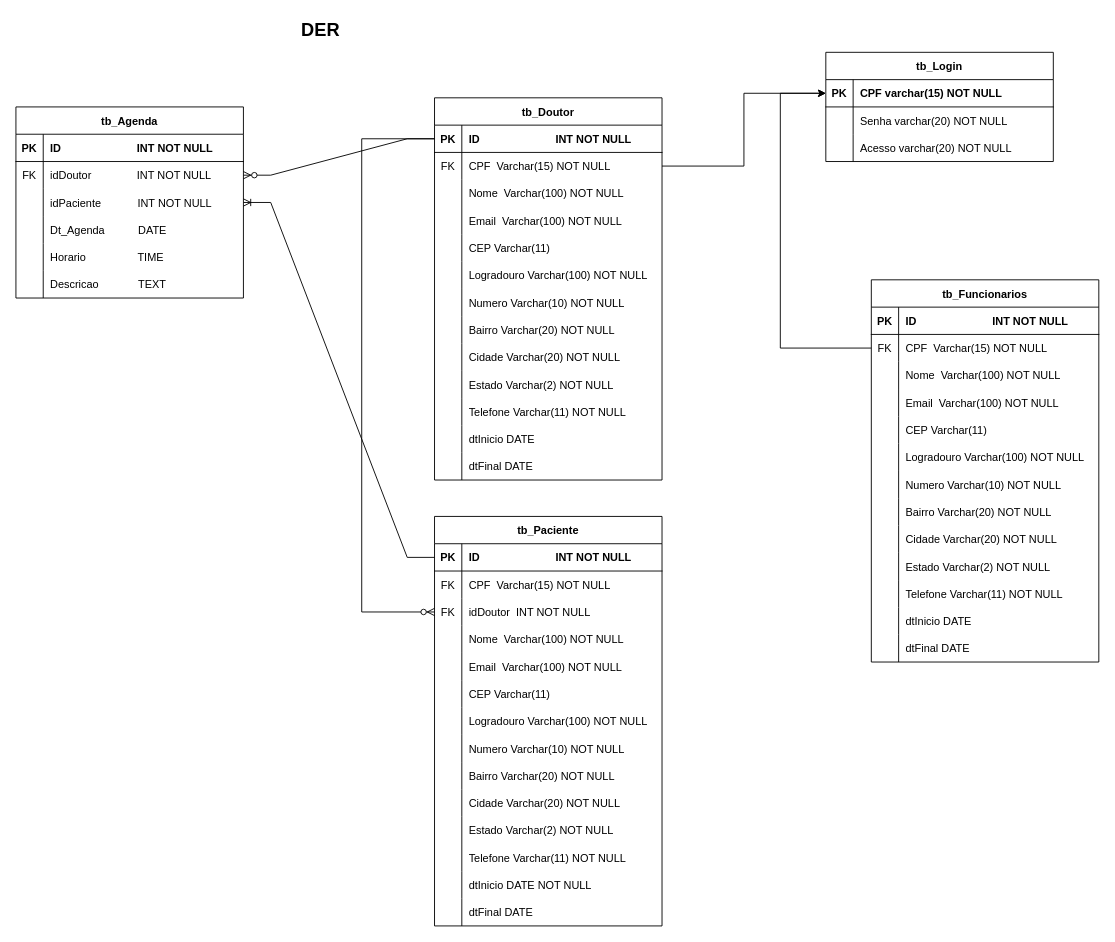
Before: DER.drawio in Tavares264/Project_PccFit, a draw.io diagram. Source tidied: cells renumbered, new cells numbered last; positions are measured from the earlier drawing's top-left corner, leaving out a move shared by most shapes. Both pictures are drawn from the tidied source at 91%, with x=0, y=0 at pixel (15, 15).
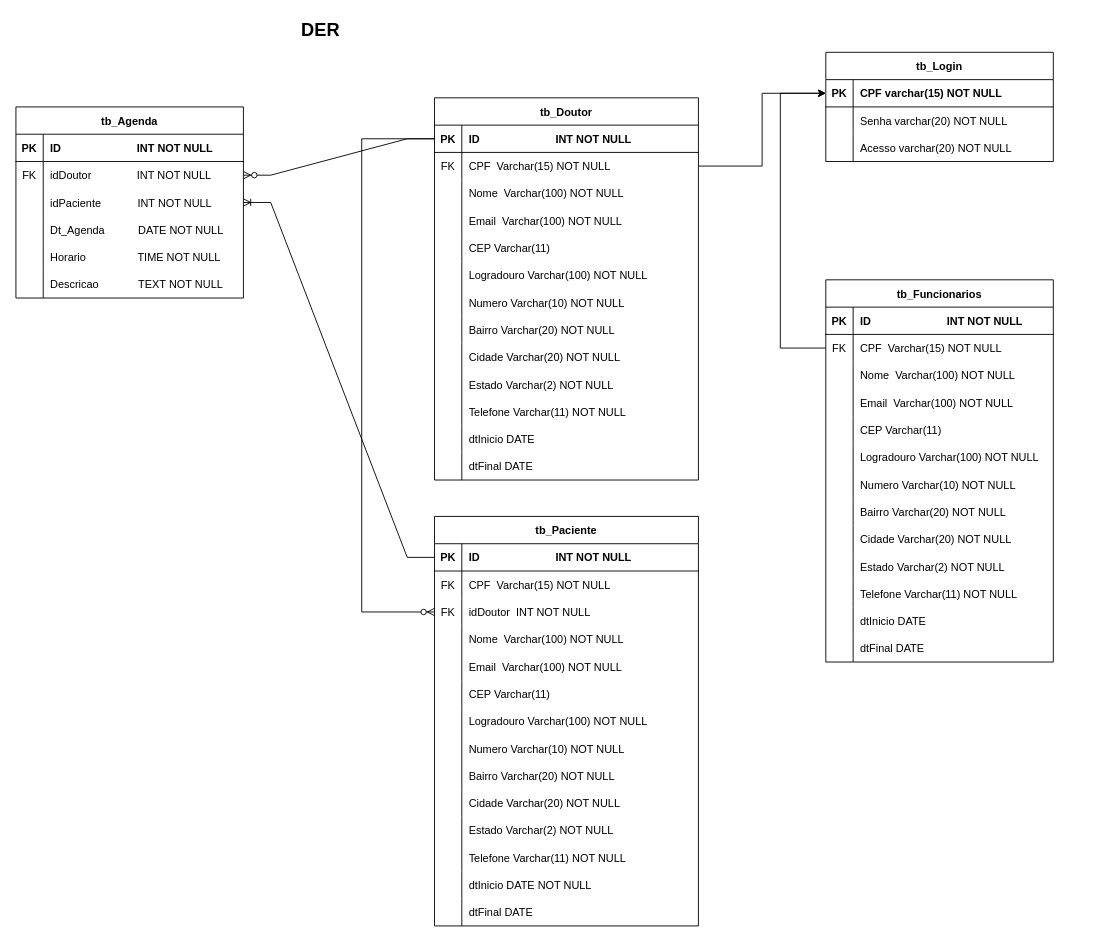
Above is the later version.

Unchanged cells that the change refers to:
```xml
<mxCell id="66" style="shape=partialRectangle;fillColor=none;top=0;left=0;right=0;bottom=0;" parent="56" vertex="1">
  <mxGeometry y="120" width="250" height="30" as="geometry" />
</mxCell>
<mxCell id="69" style="shape=partialRectangle;fillColor=none;top=0;left=0;right=0;bottom=0;" parent="56" vertex="1">
  <mxGeometry y="150" width="250" height="30" as="geometry" />
</mxCell>
<mxCell id="72" style="shape=partialRectangle;fillColor=none;top=0;left=0;right=0;bottom=0;" parent="56" vertex="1">
  <mxGeometry y="180" width="250" height="30" as="geometry" />
</mxCell>
```

The edit, as a diff of the source:
```diff
@@
     <mxCell id="12" value="tb_Doutor" style="shape=table;startSize=30;childLayout=tableLayout;rowLines=0;fontStyle=1;align=center;" parent="1" vertex="1">
-      <mxGeometry x="460" y="90" width="250" height="420" as="geometry" />
+      <mxGeometry x="460" y="90" width="290" height="420" as="geometry" />
     </mxCell>
     <mxCell id="13" style="shape=partialRectangle;fillColor=none;points=[[0,0.5],[1,0.5]];portConstraint=eastwest;top=0;left=0;right=0;bottom=1;" parent="12" vertex="1">
-      <mxGeometry y="30" width="250" height="30" as="geometry" />
+      <mxGeometry y="30" width="290" height="30" as="geometry" />
     </mxCell>
@@
     <mxCell id="15" value="ID                         INT NOT NULL" style="shape=partialRectangle;overflow=hidden;fillColor=none;top=0;left=0;bottom=0;right=0;align=left;spacingLeft=6;fontStyle=1;" parent="13" vertex="1">
-      <mxGeometry x="30" width="220" height="30" as="geometry" />
+      <mxGeometry x="30" width="260" height="30" as="geometry" />
     </mxCell>
     <mxCell id="16" style="shape=partialRectangle;fillColor=none;points=[[0,0.5],[1,0.5]];portConstraint=eastwest;top=0;left=0;right=0;bottom=0;" parent="12" vertex="1">
-      <mxGeometry y="60" width="250" height="30" as="geometry" />
+      <mxGeometry y="60" width="290" height="30" as="geometry" />
     </mxCell>
@@
     <mxCell id="18" value="CPF  Varchar(15) NOT NULL" style="shape=partialRectangle;overflow=hidden;fillColor=none;top=0;left=0;bottom=0;right=0;align=left;spacingLeft=6;" parent="16" vertex="1">
-      <mxGeometry x="30" width="220" height="30" as="geometry" />
+      <mxGeometry x="30" width="260" height="30" as="geometry" />
     </mxCell>
     <mxCell id="19" style="shape=partialRectangle;fillColor=none;top=0;left=0;right=0;bottom=0;" parent="12" vertex="1">
-      <mxGeometry y="90" width="250" height="30" as="geometry" />
+      <mxGeometry y="90" width="290" height="30" as="geometry" />
     </mxCell>
@@
     <mxCell id="21" value="Nome  Varchar(100) NOT NULL" style="shape=partialRectangle;overflow=hidden;fillColor=none;top=0;left=0;bottom=0;right=0;align=left;spacingLeft=6;" parent="19" vertex="1">
-      <mxGeometry x="30" width="220" height="30" as="geometry" />
+      <mxGeometry x="30" width="260" height="30" as="geometry" />
     </mxCell>
     <mxCell id="22" style="shape=partialRectangle;fillColor=none;top=0;left=0;right=0;bottom=0;" parent="12" vertex="1">
-      <mxGeometry y="120" width="250" height="30" as="geometry" />
+      <mxGeometry y="120" width="290" height="30" as="geometry" />
     </mxCell>
@@
     <mxCell id="24" value="Email  Varchar(100) NOT NULL" style="shape=partialRectangle;overflow=hidden;fillColor=none;top=0;left=0;bottom=0;right=0;align=left;spacingLeft=6;" parent="22" vertex="1">
-      <mxGeometry x="30" width="220" height="30" as="geometry" />
+      <mxGeometry x="30" width="260" height="30" as="geometry" />
     </mxCell>
     <mxCell id="25" style="shape=partialRectangle;fillColor=none;top=0;left=0;right=0;bottom=0;" parent="12" vertex="1">
-      <mxGeometry y="150" width="250" height="30" as="geometry" />
+      <mxGeometry y="150" width="290" height="30" as="geometry" />
     </mxCell>
@@
     <mxCell id="27" value="CEP Varchar(11)" style="shape=partialRectangle;overflow=hidden;fillColor=none;top=0;left=0;bottom=0;right=0;align=left;spacingLeft=6;" parent="25" vertex="1">
-      <mxGeometry x="30" width="220" height="30" as="geometry" />
+      <mxGeometry x="30" width="260" height="30" as="geometry" />
     </mxCell>
     <mxCell id="28" style="shape=partialRectangle;fillColor=none;top=0;left=0;right=0;bottom=0;" parent="12" vertex="1">
-      <mxGeometry y="180" width="250" height="30" as="geometry" />
+      <mxGeometry y="180" width="290" height="30" as="geometry" />
     </mxCell>
@@
     <mxCell id="30" value="Logradouro Varchar(100) NOT NULL" style="shape=partialRectangle;overflow=hidden;fillColor=none;top=0;left=0;bottom=0;right=0;align=left;spacingLeft=6;" parent="28" vertex="1">
-      <mxGeometry x="30" width="220" height="30" as="geometry" />
+      <mxGeometry x="30" width="260" height="30" as="geometry" />
     </mxCell>
     <mxCell id="31" style="shape=partialRectangle;fillColor=none;top=0;left=0;right=0;bottom=0;" parent="12" vertex="1">
-      <mxGeometry y="210" width="250" height="30" as="geometry" />
+      <mxGeometry y="210" width="290" height="30" as="geometry" />
     </mxCell>
@@
     <mxCell id="33" value="Numero Varchar(10) NOT NULL" style="shape=partialRectangle;overflow=hidden;fillColor=none;top=0;left=0;bottom=0;right=0;align=left;spacingLeft=6;" parent="31" vertex="1">
-      <mxGeometry x="30" width="220" height="30" as="geometry" />
+      <mxGeometry x="30" width="260" height="30" as="geometry" />
     </mxCell>
     <mxCell id="34" style="shape=partialRectangle;fillColor=none;top=0;left=0;right=0;bottom=0;" parent="12" vertex="1">
-      <mxGeometry y="240" width="250" height="30" as="geometry" />
+      <mxGeometry y="240" width="290" height="30" as="geometry" />
     </mxCell>
@@
     <mxCell id="36" value="Bairro Varchar(20) NOT NULL" style="shape=partialRectangle;overflow=hidden;fillColor=none;top=0;left=0;bottom=0;right=0;align=left;spacingLeft=6;" parent="34" vertex="1">
-      <mxGeometry x="30" width="220" height="30" as="geometry" />
+      <mxGeometry x="30" width="260" height="30" as="geometry" />
     </mxCell>
     <mxCell id="37" style="shape=partialRectangle;fillColor=none;top=0;left=0;right=0;bottom=0;" parent="12" vertex="1">
-      <mxGeometry y="270" width="250" height="30" as="geometry" />
+      <mxGeometry y="270" width="290" height="30" as="geometry" />
     </mxCell>
@@
     <mxCell id="39" value="Cidade Varchar(20) NOT NULL" style="shape=partialRectangle;overflow=hidden;fillColor=none;top=0;left=0;bottom=0;right=0;align=left;spacingLeft=6;" parent="37" vertex="1">
-      <mxGeometry x="30" width="220" height="30" as="geometry" />
+      <mxGeometry x="30" width="260" height="30" as="geometry" />
     </mxCell>
     <mxCell id="40" style="shape=partialRectangle;fillColor=none;top=0;left=0;right=0;bottom=0;" parent="12" vertex="1">
-      <mxGeometry y="300" width="250" height="30" as="geometry" />
+      <mxGeometry y="300" width="290" height="30" as="geometry" />
     </mxCell>
@@
     <mxCell id="42" value="Estado Varchar(2) NOT NULL" style="shape=partialRectangle;overflow=hidden;fillColor=none;top=0;left=0;bottom=0;right=0;align=left;spacingLeft=6;" parent="40" vertex="1">
-      <mxGeometry x="30" width="220" height="30" as="geometry" />
+      <mxGeometry x="30" width="260" height="30" as="geometry" />
     </mxCell>
     <mxCell id="43" style="shape=partialRectangle;fillColor=none;top=0;left=0;right=0;bottom=0;" parent="12" vertex="1">
-      <mxGeometry y="330" width="250" height="30" as="geometry" />
+      <mxGeometry y="330" width="290" height="30" as="geometry" />
     </mxCell>
@@
     <mxCell id="45" value="Telefone Varchar(11) NOT NULL" style="shape=partialRectangle;overflow=hidden;fillColor=none;top=0;left=0;bottom=0;right=0;align=left;spacingLeft=6;" parent="43" vertex="1">
-      <mxGeometry x="30" width="220" height="30" as="geometry" />
+      <mxGeometry x="30" width="260" height="30" as="geometry" />
     </mxCell>
     <mxCell id="46" style="shape=partialRectangle;fillColor=none;top=0;left=0;right=0;bottom=0;" parent="12" vertex="1">
-      <mxGeometry y="360" width="250" height="30" as="geometry" />
+      <mxGeometry y="360" width="290" height="30" as="geometry" />
     </mxCell>
@@
     <mxCell id="48" value="dtInicio DATE" style="shape=partialRectangle;overflow=hidden;fillColor=none;top=0;left=0;bottom=0;right=0;align=left;spacingLeft=6;" parent="46" vertex="1">
-      <mxGeometry x="30" width="220" height="30" as="geometry" />
+      <mxGeometry x="30" width="260" height="30" as="geometry" />
     </mxCell>
     <mxCell id="49" style="shape=partialRectangle;fillColor=none;top=0;left=0;right=0;bottom=0;" parent="12" vertex="1">
-      <mxGeometry y="390" width="250" height="30" as="geometry" />
+      <mxGeometry y="390" width="290" height="30" as="geometry" />
     </mxCell>
@@
     <mxCell id="51" value="dtFinal DATE" style="shape=partialRectangle;overflow=hidden;fillColor=none;top=0;left=0;bottom=0;right=0;align=left;spacingLeft=6;" parent="49" vertex="1">
-      <mxGeometry x="30" width="220" height="30" as="geometry" />
+      <mxGeometry x="30" width="260" height="30" as="geometry" />
     </mxCell>
@@
-    <mxCell id="68" value="Dt_Agenda           DATE" style="shape=partialRectangle;overflow=hidden;fillColor=none;top=0;left=0;bottom=0;right=0;align=left;spacingLeft=6;" parent="66" vertex="1">
+    <mxCell id="68" value="Dt_Agenda           DATE NOT NULL" style="shape=partialRectangle;overflow=hidden;fillColor=none;top=0;left=0;bottom=0;right=0;align=left;spacingLeft=6;" parent="66" vertex="1">
       <mxGeometry x="30" width="220" height="30" as="geometry" />
     </mxCell>
@@
-    <mxCell id="71" value="Horario                 TIME" style="shape=partialRectangle;overflow=hidden;fillColor=none;top=0;left=0;bottom=0;right=0;align=left;spacingLeft=6;" parent="69" vertex="1">
+    <mxCell id="71" value="Horario                 TIME NOT NULL" style="shape=partialRectangle;overflow=hidden;fillColor=none;top=0;left=0;bottom=0;right=0;align=left;spacingLeft=6;" parent="69" vertex="1">
       <mxGeometry x="30" width="220" height="30" as="geometry" />
     </mxCell>
@@
-    <mxCell id="74" value="Descricao             TEXT" style="shape=partialRectangle;overflow=hidden;fillColor=none;top=0;left=0;bottom=0;right=0;align=left;spacingLeft=6;" parent="72" vertex="1">
+    <mxCell id="74" value="Descricao             TEXT NOT NULL" style="shape=partialRectangle;overflow=hidden;fillColor=none;top=0;left=0;bottom=0;right=0;align=left;spacingLeft=6;" parent="72" vertex="1">
       <mxGeometry x="30" width="220" height="30" as="geometry" />
     </mxCell>
@@
     <mxCell id="77" value="tb_Funcionarios" style="shape=table;startSize=30;childLayout=tableLayout;rowLines=0;fontStyle=1;align=center;" parent="1" vertex="1">
-      <mxGeometry x="940" y="290" width="250" height="420" as="geometry" />
+      <mxGeometry x="890" y="290" width="250" height="420" as="geometry" />
     </mxCell>
@@
     <mxCell id="117" value="tb_Paciente" style="shape=table;startSize=30;childLayout=tableLayout;rowLines=0;fontStyle=1;align=center;" parent="1" vertex="1">
-      <mxGeometry x="460" y="550" width="250" height="450" as="geometry" />
+      <mxGeometry x="460" y="550" width="290" height="450" as="geometry" />
     </mxCell>
     <mxCell id="118" style="shape=partialRectangle;fillColor=none;points=[[0,0.5],[1,0.5]];portConstraint=eastwest;top=0;left=0;right=0;bottom=1;" parent="117" vertex="1">
-      <mxGeometry y="30" width="250" height="30" as="geometry" />
+      <mxGeometry y="30" width="290" height="30" as="geometry" />
     </mxCell>
@@
     <mxCell id="120" value="ID                         INT NOT NULL" style="shape=partialRectangle;overflow=hidden;fillColor=none;top=0;left=0;bottom=0;right=0;align=left;spacingLeft=6;fontStyle=1;" parent="118" vertex="1">
-      <mxGeometry x="30" width="220" height="30" as="geometry" />
+      <mxGeometry x="30" width="260" height="30" as="geometry" />
     </mxCell>
     <mxCell id="121" style="shape=partialRectangle;fillColor=none;top=0;left=0;right=0;bottom=0;" parent="117" vertex="1">
-      <mxGeometry y="60" width="250" height="30" as="geometry" />
+      <mxGeometry y="60" width="290" height="30" as="geometry" />
     </mxCell>
@@
     <mxCell id="123" value="CPF  Varchar(15) NOT NULL" style="shape=partialRectangle;overflow=hidden;fillColor=none;top=0;left=0;bottom=0;right=0;align=left;spacingLeft=6;" parent="121" vertex="1">
-      <mxGeometry x="30" width="220" height="30" as="geometry" />
+      <mxGeometry x="30" width="260" height="30" as="geometry" />
     </mxCell>
     <mxCell id="124" style="shape=partialRectangle;fillColor=none;points=[[0,0.5],[1,0.5]];portConstraint=eastwest;top=0;left=0;right=0;bottom=0;" parent="117" vertex="1">
-      <mxGeometry y="90" width="250" height="30" as="geometry" />
+      <mxGeometry y="90" width="290" height="30" as="geometry" />
     </mxCell>
@@
     <mxCell id="126" value="idDoutor  INT NOT NULL" style="shape=partialRectangle;overflow=hidden;fillColor=none;top=0;left=0;bottom=0;right=0;align=left;spacingLeft=6;" parent="124" vertex="1">
-      <mxGeometry x="30" width="220" height="30" as="geometry" />
+      <mxGeometry x="30" width="260" height="30" as="geometry" />
     </mxCell>
     <mxCell id="127" style="shape=partialRectangle;fillColor=none;top=0;left=0;right=0;bottom=0;" parent="117" vertex="1">
-      <mxGeometry y="120" width="250" height="30" as="geometry" />
+      <mxGeometry y="120" width="290" height="30" as="geometry" />
     </mxCell>
@@
     <mxCell id="129" value="Nome  Varchar(100) NOT NULL" style="shape=partialRectangle;overflow=hidden;fillColor=none;top=0;left=0;bottom=0;right=0;align=left;spacingLeft=6;" parent="127" vertex="1">
-      <mxGeometry x="30" width="220" height="30" as="geometry" />
+      <mxGeometry x="30" width="260" height="30" as="geometry" />
     </mxCell>
     <mxCell id="130" style="shape=partialRectangle;fillColor=none;top=0;left=0;right=0;bottom=0;" parent="117" vertex="1">
-      <mxGeometry y="150" width="250" height="30" as="geometry" />
+      <mxGeometry y="150" width="290" height="30" as="geometry" />
     </mxCell>
@@
     <mxCell id="132" value="Email  Varchar(100) NOT NULL" style="shape=partialRectangle;overflow=hidden;fillColor=none;top=0;left=0;bottom=0;right=0;align=left;spacingLeft=6;" parent="130" vertex="1">
-      <mxGeometry x="30" width="220" height="30" as="geometry" />
+      <mxGeometry x="30" width="260" height="30" as="geometry" />
     </mxCell>
     <mxCell id="133" style="shape=partialRectangle;fillColor=none;top=0;left=0;right=0;bottom=0;" parent="117" vertex="1">
-      <mxGeometry y="180" width="250" height="30" as="geometry" />
+      <mxGeometry y="180" width="290" height="30" as="geometry" />
     </mxCell>
@@
     <mxCell id="135" value="CEP Varchar(11)" style="shape=partialRectangle;overflow=hidden;fillColor=none;top=0;left=0;bottom=0;right=0;align=left;spacingLeft=6;" parent="133" vertex="1">
-      <mxGeometry x="30" width="220" height="30" as="geometry" />
+      <mxGeometry x="30" width="260" height="30" as="geometry" />
     </mxCell>
     <mxCell id="136" style="shape=partialRectangle;fillColor=none;top=0;left=0;right=0;bottom=0;" parent="117" vertex="1">
-      <mxGeometry y="210" width="250" height="30" as="geometry" />
+      <mxGeometry y="210" width="290" height="30" as="geometry" />
     </mxCell>
@@
     <mxCell id="138" value="Logradouro Varchar(100) NOT NULL" style="shape=partialRectangle;overflow=hidden;fillColor=none;top=0;left=0;bottom=0;right=0;align=left;spacingLeft=6;" parent="136" vertex="1">
-      <mxGeometry x="30" width="220" height="30" as="geometry" />
+      <mxGeometry x="30" width="260" height="30" as="geometry" />
     </mxCell>
     <mxCell id="139" style="shape=partialRectangle;fillColor=none;top=0;left=0;right=0;bottom=0;" parent="117" vertex="1">
-      <mxGeometry y="240" width="250" height="30" as="geometry" />
+      <mxGeometry y="240" width="290" height="30" as="geometry" />
     </mxCell>
@@
     <mxCell id="141" value="Numero Varchar(10) NOT NULL" style="shape=partialRectangle;overflow=hidden;fillColor=none;top=0;left=0;bottom=0;right=0;align=left;spacingLeft=6;" parent="139" vertex="1">
-      <mxGeometry x="30" width="220" height="30" as="geometry" />
+      <mxGeometry x="30" width="260" height="30" as="geometry" />
     </mxCell>
     <mxCell id="142" style="shape=partialRectangle;fillColor=none;top=0;left=0;right=0;bottom=0;" parent="117" vertex="1">
-      <mxGeometry y="270" width="250" height="30" as="geometry" />
+      <mxGeometry y="270" width="290" height="30" as="geometry" />
     </mxCell>
@@
     <mxCell id="144" value="Bairro Varchar(20) NOT NULL" style="shape=partialRectangle;overflow=hidden;fillColor=none;top=0;left=0;bottom=0;right=0;align=left;spacingLeft=6;" parent="142" vertex="1">
-      <mxGeometry x="30" width="220" height="30" as="geometry" />
+      <mxGeometry x="30" width="260" height="30" as="geometry" />
     </mxCell>
     <mxCell id="145" style="shape=partialRectangle;fillColor=none;top=0;left=0;right=0;bottom=0;" parent="117" vertex="1">
-      <mxGeometry y="300" width="250" height="30" as="geometry" />
+      <mxGeometry y="300" width="290" height="30" as="geometry" />
     </mxCell>
@@
     <mxCell id="147" value="Cidade Varchar(20) NOT NULL" style="shape=partialRectangle;overflow=hidden;fillColor=none;top=0;left=0;bottom=0;right=0;align=left;spacingLeft=6;" parent="145" vertex="1">
-      <mxGeometry x="30" width="220" height="30" as="geometry" />
+      <mxGeometry x="30" width="260" height="30" as="geometry" />
     </mxCell>
     <mxCell id="148" style="shape=partialRectangle;fillColor=none;top=0;left=0;right=0;bottom=0;" parent="117" vertex="1">
-      <mxGeometry y="330" width="250" height="30" as="geometry" />
+      <mxGeometry y="330" width="290" height="30" as="geometry" />
     </mxCell>
@@
     <mxCell id="150" value="Estado Varchar(2) NOT NULL" style="shape=partialRectangle;overflow=hidden;fillColor=none;top=0;left=0;bottom=0;right=0;align=left;spacingLeft=6;" parent="148" vertex="1">
-      <mxGeometry x="30" width="220" height="30" as="geometry" />
+      <mxGeometry x="30" width="260" height="30" as="geometry" />
     </mxCell>
     <mxCell id="151" style="shape=partialRectangle;fillColor=none;top=0;left=0;right=0;bottom=0;" parent="117" vertex="1">
-      <mxGeometry y="360" width="250" height="30" as="geometry" />
+      <mxGeometry y="360" width="290" height="30" as="geometry" />
     </mxCell>
@@
     <mxCell id="153" value="Telefone Varchar(11) NOT NULL" style="shape=partialRectangle;overflow=hidden;fillColor=none;top=0;left=0;bottom=0;right=0;align=left;spacingLeft=6;" parent="151" vertex="1">
-      <mxGeometry x="30" width="220" height="30" as="geometry" />
+      <mxGeometry x="30" width="260" height="30" as="geometry" />
     </mxCell>
     <mxCell id="154" style="shape=partialRectangle;fillColor=none;top=0;left=0;right=0;bottom=0;" parent="117" vertex="1">
-      <mxGeometry y="390" width="250" height="30" as="geometry" />
+      <mxGeometry y="390" width="290" height="30" as="geometry" />
     </mxCell>
@@
     <mxCell id="156" value="dtInicio DATE NOT NULL" style="shape=partialRectangle;overflow=hidden;fillColor=none;top=0;left=0;bottom=0;right=0;align=left;spacingLeft=6;" parent="154" vertex="1">
-      <mxGeometry x="30" width="220" height="30" as="geometry" />
+      <mxGeometry x="30" width="260" height="30" as="geometry" />
     </mxCell>
     <mxCell id="157" style="shape=partialRectangle;fillColor=none;top=0;left=0;right=0;bottom=0;" parent="117" vertex="1">
-      <mxGeometry y="420" width="250" height="30" as="geometry" />
+      <mxGeometry y="420" width="290" height="30" as="geometry" />
     </mxCell>
@@
     <mxCell id="159" value="dtFinal DATE" style="shape=partialRectangle;overflow=hidden;fillColor=none;top=0;left=0;bottom=0;right=0;align=left;spacingLeft=6;" parent="157" vertex="1">
-      <mxGeometry x="30" width="220" height="30" as="geometry" />
+      <mxGeometry x="30" width="260" height="30" as="geometry" />
     </mxCell>
```
